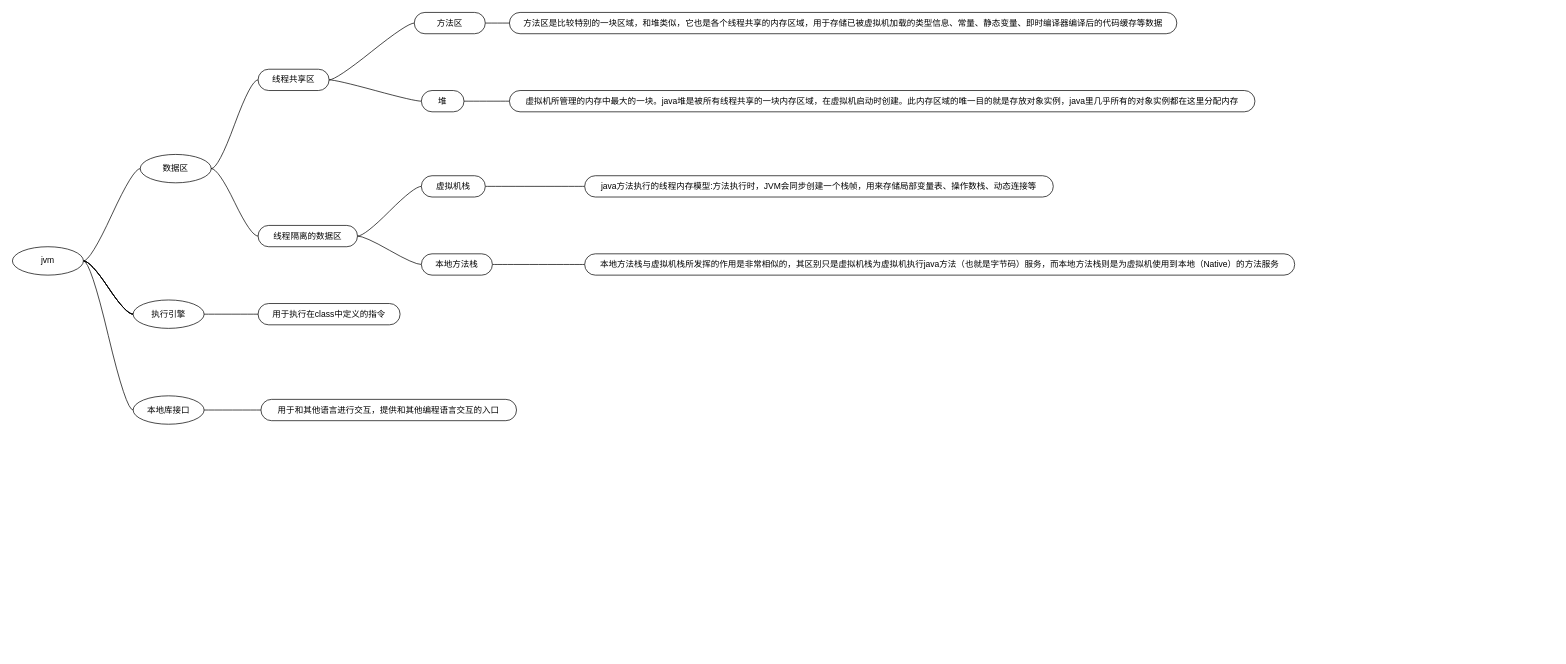
Before: java内容整理.drawio in oat1314/readme, a draw.io diagram. Source tidied: cells renumbered, new cells numbered last; positions are measured from the earlier drawing's top-left corner, leaving out a move shared by most shapes. Both pictures are drawn from the tidied source at 71%, with x=0, y=0 at pixel (12, 12).
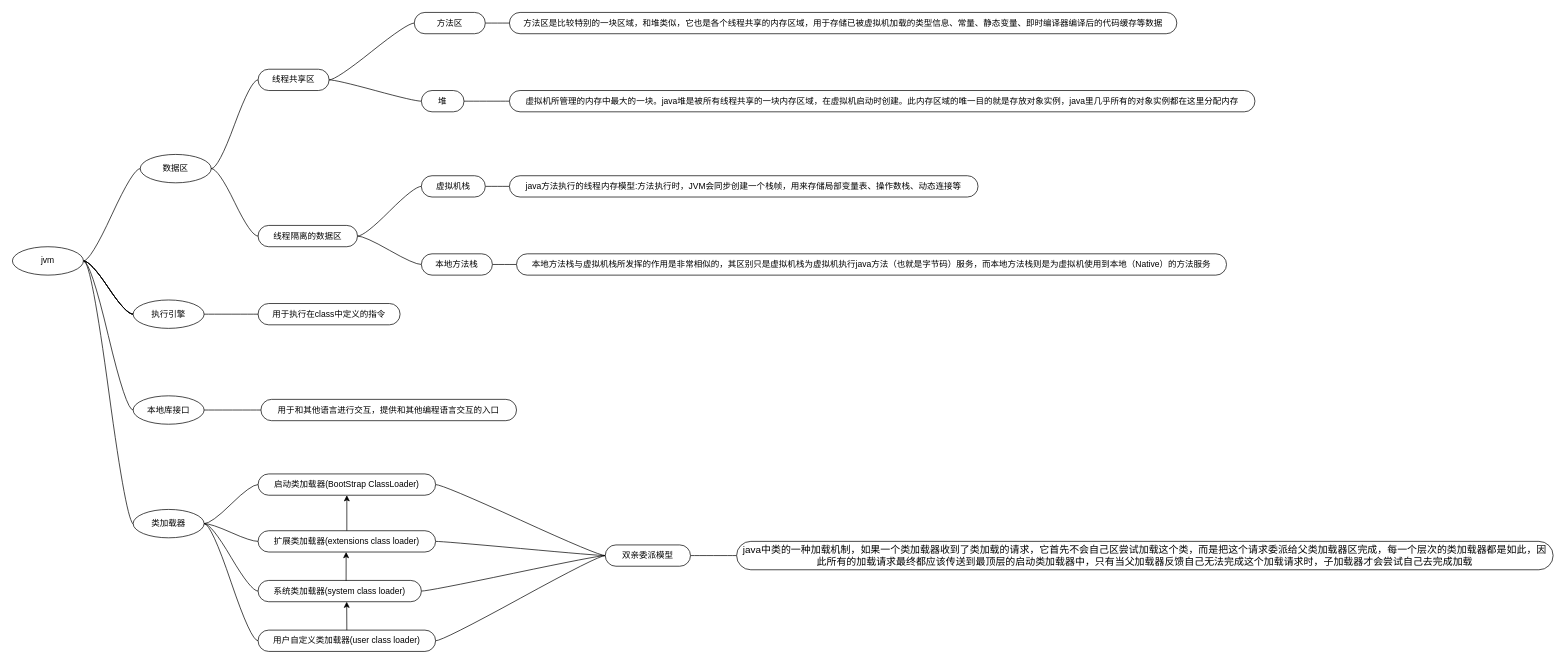
The same diagram, later.

Commit message:
更新java内容整理.drawio

The edit, as a diff of the source:
```diff
@@
     <mxCell id="19" value="java方法执行的线程内存模型:方法执行时，JVM会同步创建一个栈帧，用来存储局部变量表、操作数栈、动态连接等" style="whiteSpace=wrap;html=1;rounded=1;arcSize=50;align=center;verticalAlign=middle;strokeWidth=1;spacing=4;newEdgeStyle={&quot;edgeStyle&quot;:&quot;entityRelationEdgeStyle&quot;,&quot;startArrow&quot;:&quot;none&quot;,&quot;endArrow&quot;:&quot;none&quot;,&quot;segment&quot;:10,&quot;curved&quot;:1,&quot;sourcePerimeterSpacing&quot;:0,&quot;targetPerimeterSpacing&quot;:0};" parent="1" vertex="1">
-      <mxGeometry x="806" y="230" width="660" height="30" as="geometry" />
+      <mxGeometry x="700" y="230" width="660" height="30" as="geometry" />
     </mxCell>
@@
     <mxCell id="22" value="本地方法栈与虚拟机栈所发挥的作用是非常相似的，其区别只是虚拟机栈为虚拟机执行java方法（也就是字节码）服务，而本地方法栈则是为虚拟机使用到本地（Native）的方法服务" style="whiteSpace=wrap;html=1;rounded=1;arcSize=50;align=center;verticalAlign=middle;strokeWidth=1;spacing=4;newEdgeStyle={&quot;edgeStyle&quot;:&quot;entityRelationEdgeStyle&quot;,&quot;startArrow&quot;:&quot;none&quot;,&quot;endArrow&quot;:&quot;none&quot;,&quot;segment&quot;:10,&quot;curved&quot;:1,&quot;sourcePerimeterSpacing&quot;:0,&quot;targetPerimeterSpacing&quot;:0};" parent="1" vertex="1">
-      <mxGeometry x="806" y="340" width="1000" height="30" as="geometry" />
+      <mxGeometry x="710" y="340" width="1000" height="30" as="geometry" />
     </mxCell>
@@
+    <mxCell id="36" style="edgeStyle=entityRelationEdgeStyle;rounded=0;orthogonalLoop=1;jettySize=auto;html=1;startArrow=none;endArrow=none;segment=10;curved=1;sourcePerimeterSpacing=0;targetPerimeterSpacing=0;exitX=1;exitY=0.5;exitDx=0;exitDy=0;entryX=0;entryY=0.5;entryDx=0;entryDy=0;" parent="1" edge="1">
+      <mxGeometry relative="1" as="geometry">
+        <mxPoint x="101" y="351" as="sourcePoint" />
+        <mxPoint x="171" y="721" as="targetPoint" />
+      </mxGeometry>
+    </mxCell>
@@
+    <mxCell id="37" style="edgeStyle=entityRelationEdgeStyle;rounded=0;jettySize=auto;html=1;startArrow=none;endArrow=none;segment=10;curved=1;sourcePerimeterSpacing=0;targetPerimeterSpacing=0;exitX=1;exitY=0.5;exitDx=0;exitDy=0;entryX=0;entryY=0.5;entryDx=0;entryDy=0;" parent="1" edge="1" source="40" target="45">
+      <mxGeometry relative="1" as="geometry" />
+    </mxCell>
+    <mxCell id="38" style="edgeStyle=entityRelationEdgeStyle;rounded=0;jettySize=auto;html=1;startArrow=none;endArrow=none;segment=10;curved=1;sourcePerimeterSpacing=0;targetPerimeterSpacing=0;exitX=1;exitY=0.5;exitDx=0;exitDy=0;entryX=0;entryY=0.5;entryDx=0;entryDy=0;" parent="1" edge="1" source="40" target="47">
+      <mxGeometry relative="1" as="geometry" />
+    </mxCell>
+    <mxCell id="39" style="edgeStyle=entityRelationEdgeStyle;rounded=0;jettySize=auto;html=1;startArrow=none;endArrow=none;segment=10;curved=1;sourcePerimeterSpacing=0;targetPerimeterSpacing=0;exitX=1;exitY=0.5;exitDx=0;exitDy=0;entryX=0;entryY=0.5;entryDx=0;entryDy=0;" parent="1" edge="1" source="40" target="49">
+      <mxGeometry relative="1" as="geometry" />
+    </mxCell>
+    <mxCell id="40" value="类加载器" style="ellipse;whiteSpace=wrap;html=1;align=center;newEdgeStyle={&quot;edgeStyle&quot;:&quot;entityRelationEdgeStyle&quot;,&quot;startArrow&quot;:&quot;none&quot;,&quot;endArrow&quot;:&quot;none&quot;,&quot;segment&quot;:10,&quot;curved&quot;:1,&quot;sourcePerimeterSpacing&quot;:0,&quot;targetPerimeterSpacing&quot;:0};" parent="1" vertex="1">
+      <mxGeometry x="170" y="700" width="100" height="40" as="geometry" />
+    </mxCell>
+    <mxCell id="41" style="edgeStyle=entityRelationEdgeStyle;rounded=0;jettySize=auto;html=1;startArrow=none;endArrow=none;segment=10;curved=1;sourcePerimeterSpacing=0;targetPerimeterSpacing=0;exitX=1;exitY=0.5;exitDx=0;exitDy=0;entryX=0;entryY=0.5;entryDx=0;entryDy=0;" parent="1" edge="1" source="42" target="51">
+      <mxGeometry relative="1" as="geometry" />
+    </mxCell>
+    <mxCell id="42" value="启动类加载器(BootStrap ClassLoader)" style="whiteSpace=wrap;html=1;rounded=1;arcSize=50;align=center;verticalAlign=middle;strokeWidth=1;spacing=4;newEdgeStyle={&quot;edgeStyle&quot;:&quot;entityRelationEdgeStyle&quot;,&quot;startArrow&quot;:&quot;none&quot;,&quot;endArrow&quot;:&quot;none&quot;,&quot;segment&quot;:10,&quot;curved&quot;:1,&quot;sourcePerimeterSpacing&quot;:0,&quot;targetPerimeterSpacing&quot;:0};" parent="1" vertex="1">
+      <mxGeometry x="346" y="650" width="250" height="30" as="geometry" />
+    </mxCell>
+    <mxCell id="43" style="edgeStyle=entityRelationEdgeStyle;startArrow=none;endArrow=none;segment=10;curved=1;sourcePerimeterSpacing=0;targetPerimeterSpacing=0;rounded=0;exitX=1;exitY=0.5;exitDx=0;exitDy=0;" parent="1" edge="1" source="40" target="42">
+      <mxGeometry relative="1" as="geometry" />
+    </mxCell>
+    <mxCell id="44" style="edgeStyle=entityRelationEdgeStyle;rounded=0;jettySize=auto;html=1;startArrow=none;endArrow=none;segment=10;curved=1;sourcePerimeterSpacing=0;targetPerimeterSpacing=0;entryX=0;entryY=0.5;entryDx=0;entryDy=0;" parent="1" edge="1" source="45" target="51">
+      <mxGeometry relative="1" as="geometry" />
+    </mxCell>
+    <mxCell id="45" value="扩展类加载器(extensions class loader)" style="whiteSpace=wrap;html=1;rounded=1;arcSize=50;align=center;verticalAlign=middle;strokeWidth=1;spacing=4;newEdgeStyle={&quot;edgeStyle&quot;:&quot;entityRelationEdgeStyle&quot;,&quot;startArrow&quot;:&quot;none&quot;,&quot;endArrow&quot;:&quot;none&quot;,&quot;segment&quot;:10,&quot;curved&quot;:1,&quot;sourcePerimeterSpacing&quot;:0,&quot;targetPerimeterSpacing&quot;:0};" parent="1" vertex="1">
+      <mxGeometry x="346" y="730" width="250" height="30" as="geometry" />
+    </mxCell>
+    <mxCell id="46" style="edgeStyle=entityRelationEdgeStyle;rounded=0;jettySize=auto;html=1;startArrow=none;endArrow=none;segment=10;curved=1;sourcePerimeterSpacing=0;targetPerimeterSpacing=0;entryX=0;entryY=0.5;entryDx=0;entryDy=0;" parent="1" edge="1" source="47" target="51">
+      <mxGeometry relative="1" as="geometry" />
+    </mxCell>
+    <mxCell id="47" value="系统类加载器(system class loader)" style="whiteSpace=wrap;html=1;rounded=1;arcSize=50;align=center;verticalAlign=middle;strokeWidth=1;spacing=4;newEdgeStyle={&quot;edgeStyle&quot;:&quot;entityRelationEdgeStyle&quot;,&quot;startArrow&quot;:&quot;none&quot;,&quot;endArrow&quot;:&quot;none&quot;,&quot;segment&quot;:10,&quot;curved&quot;:1,&quot;sourcePerimeterSpacing&quot;:0,&quot;targetPerimeterSpacing&quot;:0};" parent="1" vertex="1">
+      <mxGeometry x="346" y="800" width="230" height="30" as="geometry" />
+    </mxCell>
+    <mxCell id="48" style="edgeStyle=entityRelationEdgeStyle;rounded=0;jettySize=auto;html=1;startArrow=none;endArrow=none;segment=10;curved=1;sourcePerimeterSpacing=0;targetPerimeterSpacing=0;entryX=0;entryY=0.5;entryDx=0;entryDy=0;" parent="1" edge="1" source="49" target="51">
+      <mxGeometry relative="1" as="geometry" />
+    </mxCell>
+    <mxCell id="49" value="用户自定义类加载器(user class loader)" style="whiteSpace=wrap;html=1;rounded=1;arcSize=50;align=center;verticalAlign=middle;strokeWidth=1;spacing=4;newEdgeStyle={&quot;edgeStyle&quot;:&quot;entityRelationEdgeStyle&quot;,&quot;startArrow&quot;:&quot;none&quot;,&quot;endArrow&quot;:&quot;none&quot;,&quot;segment&quot;:10,&quot;curved&quot;:1,&quot;sourcePerimeterSpacing&quot;:0,&quot;targetPerimeterSpacing&quot;:0};" parent="1" vertex="1">
+      <mxGeometry x="346" y="870" width="250" height="30" as="geometry" />
+    </mxCell>
+    <mxCell id="50" style="edgeStyle=entityRelationEdgeStyle;rounded=0;jettySize=auto;html=1;startArrow=none;endArrow=none;segment=10;curved=1;sourcePerimeterSpacing=0;targetPerimeterSpacing=0;" parent="1" edge="1" source="51" target="52">
+      <mxGeometry relative="1" as="geometry" />
+    </mxCell>
+    <mxCell id="51" value="双亲委派模型" style="whiteSpace=wrap;html=1;rounded=1;arcSize=50;align=center;verticalAlign=middle;strokeWidth=1;spacing=4;newEdgeStyle={&quot;edgeStyle&quot;:&quot;entityRelationEdgeStyle&quot;,&quot;startArrow&quot;:&quot;none&quot;,&quot;endArrow&quot;:&quot;none&quot;,&quot;segment&quot;:10,&quot;curved&quot;:1,&quot;sourcePerimeterSpacing&quot;:0,&quot;targetPerimeterSpacing&quot;:0};" parent="1" vertex="1">
+      <mxGeometry x="835" y="750" width="120" height="30" as="geometry" />
+    </mxCell>
+    <mxCell id="52" value="&lt;font style=&quot;font-size: 14px;&quot;&gt;java中类的一种加载机制，如果一个类加载器收到了类加载的请求，它首先不会自己区尝试加载这个类，而是把这个请求委派给父类加载器区完成，每一个层次的类加载器都是如此，因此所有的加载请求最终都应该传送到最顶层的启动类加载器中，只有当父加载器反馈自己无法完成这个加载请求时，子加载器才会尝试自己去完成加载&lt;/font&gt;" style="whiteSpace=wrap;html=1;rounded=1;arcSize=50;align=center;verticalAlign=middle;strokeWidth=1;spacing=4;newEdgeStyle={&quot;edgeStyle&quot;:&quot;entityRelationEdgeStyle&quot;,&quot;startArrow&quot;:&quot;none&quot;,&quot;endArrow&quot;:&quot;none&quot;,&quot;segment&quot;:10,&quot;curved&quot;:1,&quot;sourcePerimeterSpacing&quot;:0,&quot;targetPerimeterSpacing&quot;:0};" parent="1" vertex="1">
+      <mxGeometry x="1020" y="745" width="1150" height="40" as="geometry" />
+    </mxCell>
+    <mxCell id="53" style="endArrow=classic;html=1;rounded=0;entryX=0.5;entryY=1;entryDx=0;entryDy=0;exitX=0.5;exitY=0;exitDx=0;exitDy=0;" parent="1" edge="1" source="45" target="42">
+      <mxGeometry relative="1" as="geometry" />
+    </mxCell>
+    <mxCell id="54" style="endArrow=classic;html=1;rounded=0;exitX=0.539;exitY=0.024;exitDx=0;exitDy=0;exitPerimeter=0;" parent="1" edge="1" source="47">
+      <mxGeometry relative="1" as="geometry">
+        <mxPoint x="470" y="760" as="targetPoint" />
+      </mxGeometry>
+    </mxCell>
+    <mxCell id="55" style="endArrow=classic;html=1;rounded=0;entryX=0.5;entryY=1;entryDx=0;entryDy=0;exitX=0.5;exitY=0;exitDx=0;exitDy=0;" parent="1" edge="1" source="49">
+      <mxGeometry relative="1" as="geometry">
+        <mxPoint x="470.8" y="830" as="targetPoint" />
+      </mxGeometry>
+    </mxCell>
```
